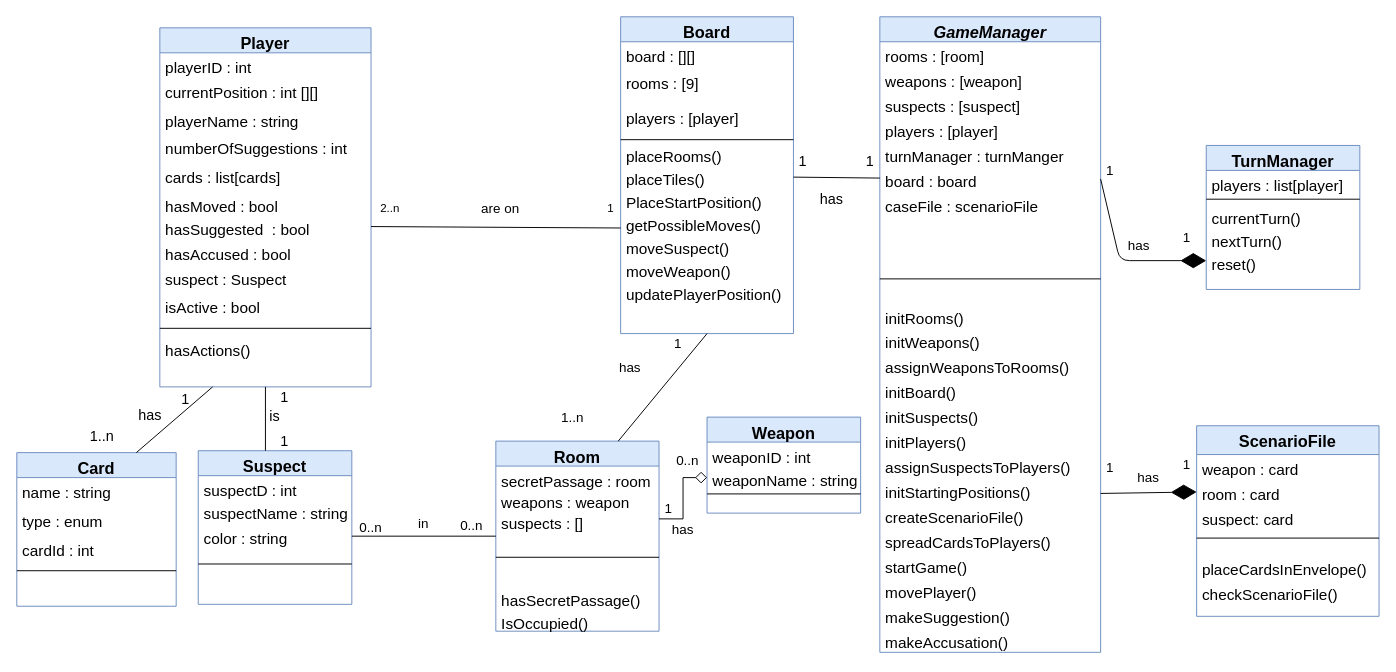
This is uml-diagram.drawio from Acelhaka/Clueless-game, a draw.io file, before an edit. Source tidied: cells renumbered, new cells numbered last; positions are measured from the earlier drawing's top-left corner, leaving out a move shared by most shapes. Both pictures are drawn from the tidied source at 96%, with x=0, y=0 at pixel (16, 16).
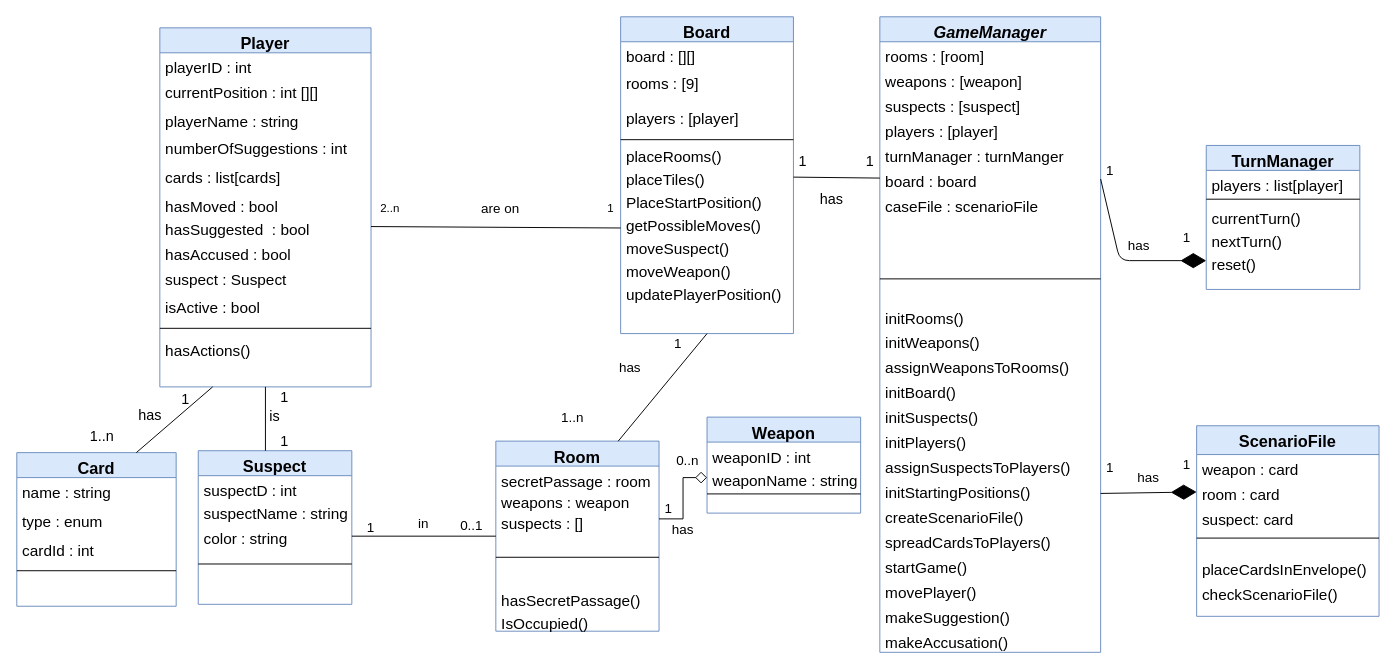
The same diagram, later.

Change to the diagram source:
```diff
@@
-    <mxCell id="60" value="&lt;font style=&quot;font-size: 14px&quot;&gt;0..n&lt;/font&gt;" style="text;html=1;strokeColor=none;fillColor=none;align=center;verticalAlign=middle;whiteSpace=wrap;rounded=0;" parent="1" vertex="1">
+    <mxCell id="60" value="&lt;font style=&quot;font-size: 14px&quot;&gt;0..1&lt;/font&gt;" style="text;html=1;strokeColor=none;fillColor=none;align=center;verticalAlign=middle;whiteSpace=wrap;rounded=0;" parent="1" vertex="1">
       <mxGeometry x="454" y="520" width="40" height="20" as="geometry" />
     </mxCell>
@@
-    <mxCell id="63" value="&lt;font style=&quot;font-size: 14px&quot;&gt;0..n&lt;/font&gt;" style="text;html=1;strokeColor=none;fillColor=none;align=center;verticalAlign=middle;whiteSpace=wrap;rounded=0;" parent="1" vertex="1">
+    <mxCell id="63" value="&lt;font style=&quot;font-size: 14px&quot;&gt;1&lt;/font&gt;" style="text;html=1;strokeColor=none;fillColor=none;align=center;verticalAlign=middle;whiteSpace=wrap;rounded=0;" parent="1" vertex="1">
       <mxGeometry x="349" y="522" width="40" height="20" as="geometry" />
     </mxCell>
```
